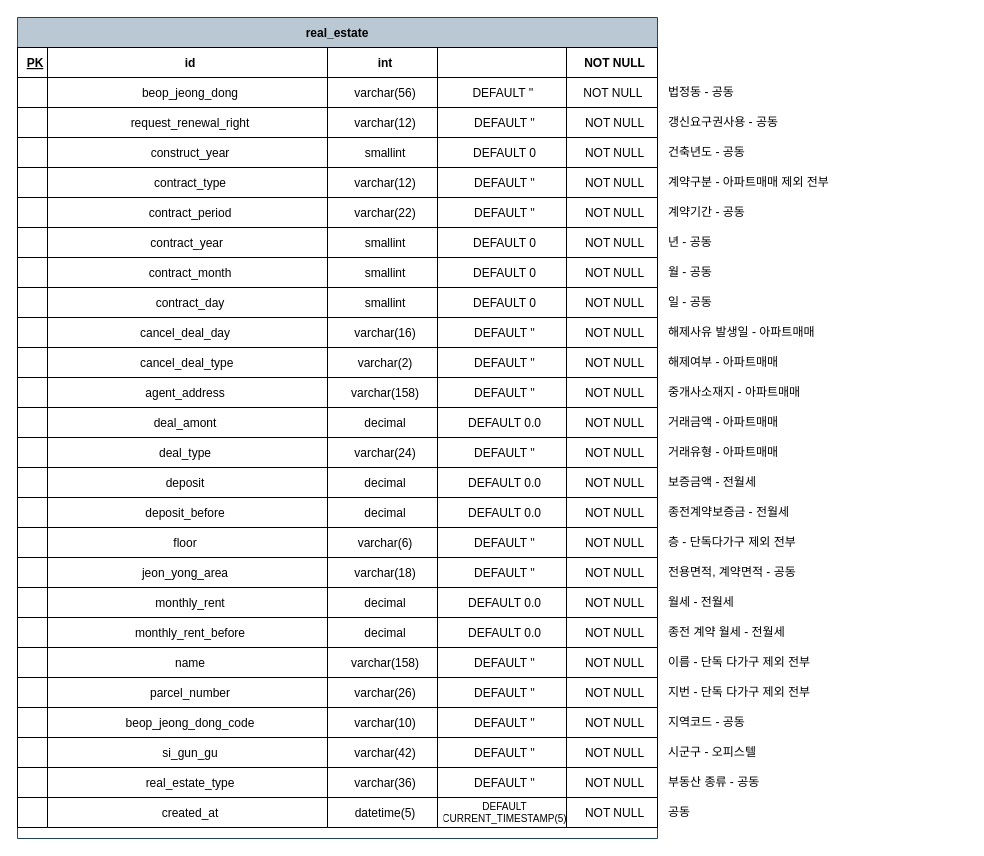
Earlier version of the draw.io diagram wiki/erd/20240617.drawio (dsadara/batch-estate-engine). Source tidied: cells renumbered, new cells numbered last; positions are measured from the earlier drawing's top-left corner, leaving out a move shared by most shapes. Both pictures are drawn from the tidied source at 100%, with x=0, y=0 at pixel (17, 17).
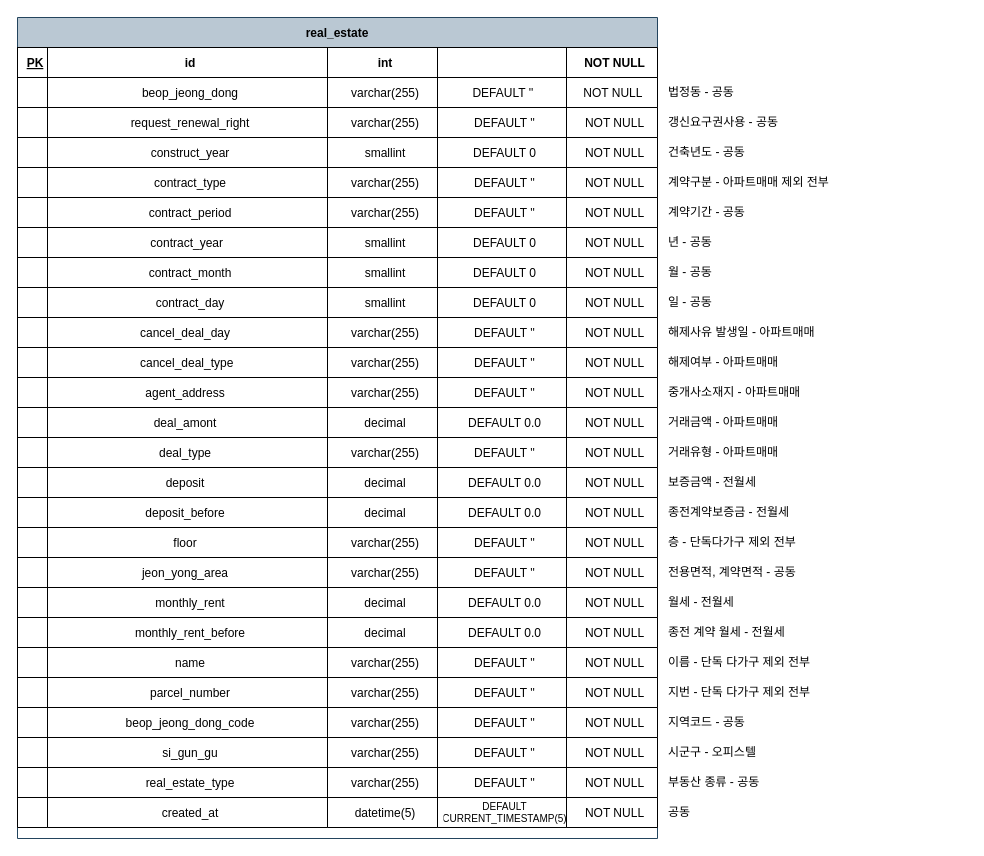
Above is the later version.

Commit message (it also covers changes not shown here):
fix: 데이터 타입 varchar(255)로 변경

Unchanged cells that the change refers to:
```xml
<mxCell id="9" style="shape=partialRectangle;fillColor=none;top=0;left=0;right=0;bottom=0;" parent="2" vertex="1">
  <mxGeometry y="60" width="640" height="30" as="geometry" />
</mxCell>
<mxCell id="15" style="shape=partialRectangle;fillColor=none;top=0;left=0;right=0;bottom=0;" parent="2" vertex="1">
  <mxGeometry y="90" width="640" height="30" as="geometry" />
</mxCell>
<mxCell id="27" style="shape=partialRectangle;fillColor=none;top=0;left=0;right=0;bottom=0;" parent="2" vertex="1">
  <mxGeometry y="150" width="640" height="30" as="geometry" />
</mxCell>
<mxCell id="33" style="shape=partialRectangle;fillColor=none;top=0;left=0;right=0;bottom=0;" parent="2" vertex="1">
  <mxGeometry y="180" width="640" height="30" as="geometry" />
</mxCell>
<mxCell id="57" style="shape=partialRectangle;fillColor=none;top=0;left=0;right=0;bottom=0;" parent="2" vertex="1">
  <mxGeometry y="300" width="640" height="30" as="geometry" />
</mxCell>
<mxCell id="63" style="shape=partialRectangle;fillColor=none;top=0;left=0;right=0;bottom=0;" parent="2" vertex="1">
  <mxGeometry y="330" width="640" height="30" as="geometry" />
</mxCell>
<mxCell id="69" style="shape=partialRectangle;fillColor=none;top=0;left=0;right=0;bottom=0;" parent="2" vertex="1">
  <mxGeometry y="360" width="640" height="30" as="geometry" />
</mxCell>
<mxCell id="81" style="shape=partialRectangle;fillColor=none;top=0;left=0;right=0;bottom=0;" parent="2" vertex="1">
  <mxGeometry y="420" width="640" height="30" as="geometry" />
</mxCell>
<mxCell id="99" style="shape=partialRectangle;fillColor=none;top=0;left=0;right=0;bottom=0;" parent="2" vertex="1">
  <mxGeometry y="510" width="640" height="30" as="geometry" />
</mxCell>
<mxCell id="105" style="shape=partialRectangle;fillColor=none;top=0;left=0;right=0;bottom=0;" parent="2" vertex="1">
  <mxGeometry y="540" width="640" height="30" as="geometry" />
</mxCell>
<mxCell id="123" style="shape=partialRectangle;fillColor=none;top=0;left=0;right=0;bottom=0;" parent="2" vertex="1">
  <mxGeometry y="630" width="640" height="30" as="geometry" />
</mxCell>
<mxCell id="129" style="shape=partialRectangle;fillColor=none;top=0;left=0;right=0;bottom=0;" parent="2" vertex="1">
  <mxGeometry y="660" width="640" height="30" as="geometry" />
</mxCell>
<mxCell id="135" style="shape=partialRectangle;fillColor=none;top=0;left=0;right=0;bottom=0;" parent="2" vertex="1">
  <mxGeometry y="690" width="640" height="30" as="geometry" />
</mxCell>
<mxCell id="141" style="shape=partialRectangle;fillColor=none;top=0;left=0;right=0;bottom=0;" parent="2" vertex="1">
  <mxGeometry y="720" width="640" height="30" as="geometry" />
</mxCell>
<mxCell id="147" style="shape=partialRectangle;fillColor=none;top=0;left=0;right=0;bottom=0;" parent="2" vertex="1">
  <mxGeometry y="750" width="640" height="30" as="geometry" />
</mxCell>
```

Diff of the diagram source:
```diff
@@
-    <mxCell id="12" value="varchar(56)" style="shape=partialRectangle;overflow=hidden;top=1;left=1;bottom=1;right=1;align=center;spacingLeft=6;shadow=0;strokeWidth=1;perimeterSpacing=0;verticalAlign=middle;fontFamily=Helvetica;fontSize=12;fontStyle=0;" parent="9" vertex="1">
+    <mxCell id="12" value="varchar(255)" style="shape=partialRectangle;overflow=hidden;top=1;left=1;bottom=1;right=1;align=center;spacingLeft=6;shadow=0;strokeWidth=1;perimeterSpacing=0;verticalAlign=middle;fontFamily=Helvetica;fontSize=12;fontStyle=0;" parent="9" vertex="1">
       <mxGeometry x="310" width="110" height="30" as="geometry" />
     </mxCell>
@@
-    <mxCell id="18" value="varchar(12)" style="shape=partialRectangle;overflow=hidden;top=1;left=1;bottom=1;right=1;align=center;spacingLeft=6;strokeWidth=1;shadow=0;verticalAlign=middle;fontFamily=Helvetica;fontSize=12;fontStyle=0;" parent="15" vertex="1">
+    <mxCell id="18" value="varchar(255)" style="shape=partialRectangle;overflow=hidden;top=1;left=1;bottom=1;right=1;align=center;spacingLeft=6;strokeWidth=1;shadow=0;verticalAlign=middle;fontFamily=Helvetica;fontSize=12;fontStyle=0;" parent="15" vertex="1">
       <mxGeometry x="310" width="110" height="30" as="geometry" />
     </mxCell>
@@
-    <mxCell id="30" value="varchar(12)" style="shape=partialRectangle;overflow=hidden;top=1;left=1;bottom=1;right=1;align=center;spacingLeft=6;shadow=0;strokeWidth=1;verticalAlign=middle;fontFamily=Helvetica;fontSize=12;fontStyle=0;" parent="27" vertex="1">
+    <mxCell id="30" value="varchar(255)" style="shape=partialRectangle;overflow=hidden;top=1;left=1;bottom=1;right=1;align=center;spacingLeft=6;shadow=0;strokeWidth=1;verticalAlign=middle;fontFamily=Helvetica;fontSize=12;fontStyle=0;" parent="27" vertex="1">
       <mxGeometry x="310" width="110" height="30" as="geometry" />
     </mxCell>
@@
-    <mxCell id="36" value="varchar(22)" style="shape=partialRectangle;overflow=hidden;top=1;left=1;bottom=1;right=1;align=center;spacingLeft=6;shadow=0;strokeWidth=1;verticalAlign=middle;fontFamily=Helvetica;fontSize=12;fontStyle=0;" parent="33" vertex="1">
+    <mxCell id="36" value="varchar(255)" style="shape=partialRectangle;overflow=hidden;top=1;left=1;bottom=1;right=1;align=center;spacingLeft=6;shadow=0;strokeWidth=1;verticalAlign=middle;fontFamily=Helvetica;fontSize=12;fontStyle=0;" parent="33" vertex="1">
       <mxGeometry x="310" width="110" height="30" as="geometry" />
     </mxCell>
@@
-    <mxCell id="60" value="varchar(16)" style="shape=partialRectangle;overflow=hidden;top=1;left=1;bottom=1;right=1;align=center;spacingLeft=6;" parent="57" vertex="1">
+    <mxCell id="60" value="varchar(255)" style="shape=partialRectangle;overflow=hidden;top=1;left=1;bottom=1;right=1;align=center;spacingLeft=6;" parent="57" vertex="1">
       <mxGeometry x="310" width="110" height="30" as="geometry" />
     </mxCell>
@@
-    <mxCell id="66" value="varchar(2)" style="shape=partialRectangle;overflow=hidden;top=1;left=1;bottom=1;right=1;align=center;spacingLeft=6;" parent="63" vertex="1">
+    <mxCell id="66" value="varchar(255)" style="shape=partialRectangle;overflow=hidden;top=1;left=1;bottom=1;right=1;align=center;spacingLeft=6;" parent="63" vertex="1">
       <mxGeometry x="310" width="110" height="30" as="geometry" />
     </mxCell>
@@
-    <mxCell id="72" value="varchar(158)" style="shape=partialRectangle;overflow=hidden;top=1;left=1;bottom=1;right=1;align=center;spacingLeft=6;" parent="69" vertex="1">
+    <mxCell id="72" value="varchar(255)" style="shape=partialRectangle;overflow=hidden;top=1;left=1;bottom=1;right=1;align=center;spacingLeft=6;" parent="69" vertex="1">
       <mxGeometry x="310" width="110" height="30" as="geometry" />
     </mxCell>
@@
-    <mxCell id="84" value="varchar(24)" style="shape=partialRectangle;overflow=hidden;top=1;left=1;bottom=1;right=1;align=center;spacingLeft=6;" parent="81" vertex="1">
+    <mxCell id="84" value="varchar(255)" style="shape=partialRectangle;overflow=hidden;top=1;left=1;bottom=1;right=1;align=center;spacingLeft=6;" parent="81" vertex="1">
       <mxGeometry x="310" width="110" height="30" as="geometry" />
     </mxCell>
@@
-    <mxCell id="102" value="varchar(6)" style="shape=partialRectangle;overflow=hidden;top=1;left=1;bottom=1;right=1;align=center;spacingLeft=6;" parent="99" vertex="1">
+    <mxCell id="102" value="varchar(255)" style="shape=partialRectangle;overflow=hidden;top=1;left=1;bottom=1;right=1;align=center;spacingLeft=6;" parent="99" vertex="1">
       <mxGeometry x="310" width="110" height="30" as="geometry" />
     </mxCell>
@@
-    <mxCell id="108" value="varchar(18)" style="shape=partialRectangle;overflow=hidden;top=1;left=1;bottom=1;right=1;align=center;spacingLeft=6;" parent="105" vertex="1">
+    <mxCell id="108" value="varchar(255)" style="shape=partialRectangle;overflow=hidden;top=1;left=1;bottom=1;right=1;align=center;spacingLeft=6;" parent="105" vertex="1">
       <mxGeometry x="310" width="110" height="30" as="geometry" />
     </mxCell>
@@
-    <mxCell id="126" value="varchar(158)" style="shape=partialRectangle;overflow=hidden;top=1;left=1;bottom=1;right=1;align=center;spacingLeft=6;" parent="123" vertex="1">
+    <mxCell id="126" value="varchar(255)" style="shape=partialRectangle;overflow=hidden;top=1;left=1;bottom=1;right=1;align=center;spacingLeft=6;" parent="123" vertex="1">
       <mxGeometry x="310" width="110" height="30" as="geometry" />
     </mxCell>
@@
-    <mxCell id="132" value="varchar(26)" style="shape=partialRectangle;overflow=hidden;top=1;left=1;bottom=1;right=1;align=center;spacingLeft=6;" parent="129" vertex="1">
+    <mxCell id="132" value="varchar(255)" style="shape=partialRectangle;overflow=hidden;top=1;left=1;bottom=1;right=1;align=center;spacingLeft=6;" parent="129" vertex="1">
       <mxGeometry x="310" width="110" height="30" as="geometry" />
     </mxCell>
@@
-    <mxCell id="138" value="varchar(10)" style="shape=partialRectangle;overflow=hidden;top=1;left=1;bottom=1;right=1;align=center;spacingLeft=6;" parent="135" vertex="1">
+    <mxCell id="138" value="varchar(255)" style="shape=partialRectangle;overflow=hidden;top=1;left=1;bottom=1;right=1;align=center;spacingLeft=6;" parent="135" vertex="1">
       <mxGeometry x="310" width="110" height="30" as="geometry" />
     </mxCell>
@@
-    <mxCell id="144" value="varchar(42)" style="shape=partialRectangle;overflow=hidden;top=1;left=1;bottom=1;right=1;align=center;spacingLeft=6;" parent="141" vertex="1">
+    <mxCell id="144" value="varchar(255)" style="shape=partialRectangle;overflow=hidden;top=1;left=1;bottom=1;right=1;align=center;spacingLeft=6;" parent="141" vertex="1">
       <mxGeometry x="310" width="110" height="30" as="geometry" />
     </mxCell>
@@
-    <mxCell id="150" value="varchar(36)" style="shape=partialRectangle;overflow=hidden;top=1;left=1;bottom=1;right=1;align=center;spacingLeft=6;" parent="147" vertex="1">
+    <mxCell id="150" value="varchar(255)" style="shape=partialRectangle;overflow=hidden;top=1;left=1;bottom=1;right=1;align=center;spacingLeft=6;" parent="147" vertex="1">
       <mxGeometry x="310" width="110" height="30" as="geometry" />
     </mxCell>
```
